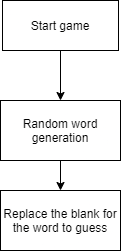
kabilasudhannc/kabilasudhannc keeps this draw.io diagram as hangman.png. Above is the earlier version. Source tidied: cells renumbered, new cells last; positions are measured from the earlier drawing's top-left corner, leaving out a move shared by most shapes.
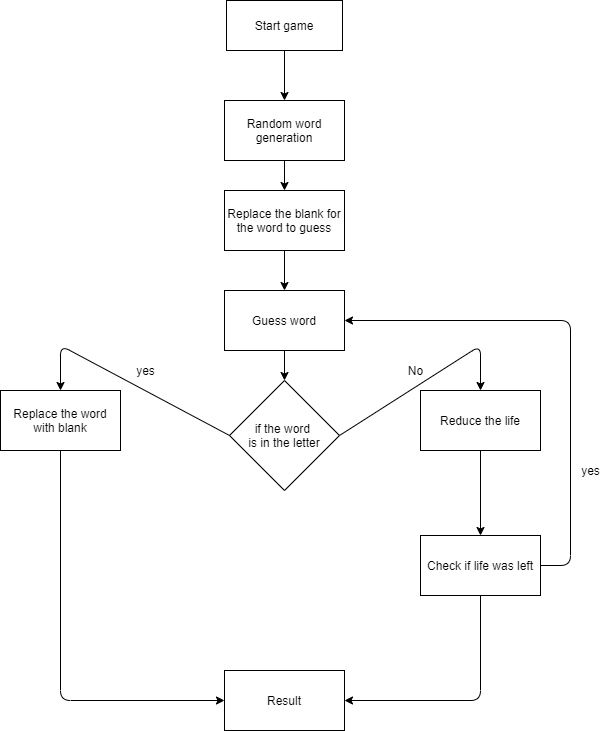
Above is the later version.

Diff of the diagram source:
```diff
@@ -17,5 +17,77 @@
     <mxCell id="6" style="endArrow=classic;html=1;exitX=0.5;exitY=1;exitDx=0;exitDy=0;entryX=0.5;entryY=0;entryDx=0;entryDy=0;" parent="1" edge="1" source="3" target="5">
       <mxGeometry relative="1" as="geometry" />
     </mxCell>
+    <mxCell id="7" style="endArrow=classic;html=1;exitX=0.5;exitY=1;exitDx=0;exitDy=0;" parent="1" edge="1" source="5" target="17">
+      <mxGeometry relative="1" as="geometry" />
+    </mxCell>
+    <mxCell id="8" value="if the word &lt;br&gt;is in the letter" style="rhombus;whiteSpace=wrap;html=1;" parent="1" vertex="1">
+      <mxGeometry x="5" y="380" width="110" height="110" as="geometry" />
+    </mxCell>
+    <mxCell id="9" value="Replace the word with blank" style="rounded=0;whiteSpace=wrap;html=1;" parent="1" vertex="1">
+      <mxGeometry x="-224" y="390" width="120" height="60" as="geometry" />
+    </mxCell>
+    <mxCell id="10" style="endArrow=classic;html=1;entryX=0.5;entryY=0;entryDx=0;entryDy=0;exitX=0;exitY=0.5;exitDx=0;exitDy=0;" parent="1" edge="1" source="8" target="9">
+      <mxGeometry relative="1" as="geometry">
+        <Array as="points">
+          <mxPoint x="-164" y="345" />
+        </Array>
+      </mxGeometry>
+    </mxCell>
+    <mxCell id="11" value="Reduce the life" style="rounded=0;whiteSpace=wrap;html=1;" parent="1" vertex="1">
+      <mxGeometry x="196" y="390" width="120" height="60" as="geometry" />
+    </mxCell>
+    <mxCell id="12" style="endArrow=classic;html=1;entryX=0.5;entryY=0;entryDx=0;entryDy=0;exitX=1;exitY=0.5;exitDx=0;exitDy=0;" parent="1" edge="1" source="8" target="11">
+      <mxGeometry relative="1" as="geometry">
+        <Array as="points">
+          <mxPoint x="256" y="345" />
+        </Array>
+      </mxGeometry>
+    </mxCell>
+    <mxCell id="13" value="Check if life was left" style="rounded=0;whiteSpace=wrap;html=1;" parent="1" vertex="1">
+      <mxGeometry x="196" y="535" width="120" height="60" as="geometry" />
+    </mxCell>
+    <mxCell id="14" value="yes" style="text;html=1;align=center;verticalAlign=middle;strokeColor=none;" parent="1" vertex="1">
+      <mxGeometry x="-94" y="360" width="30" height="20" as="geometry" />
+    </mxCell>
+    <mxCell id="15" value="No" style="text;html=1;align=center;verticalAlign=middle;strokeColor=none;" parent="1" vertex="1">
+      <mxGeometry x="176" y="360" width="30" height="20" as="geometry" />
+    </mxCell>
+    <mxCell id="16" style="endArrow=classic;html=1;exitX=0.5;exitY=1;exitDx=0;exitDy=0;entryX=0.5;entryY=0;entryDx=0;entryDy=0;" parent="1" edge="1" source="11" target="13">
+      <mxGeometry relative="1" as="geometry" />
+    </mxCell>
+    <mxCell id="17" value="Guess word" style="rounded=0;whiteSpace=wrap;html=1;" parent="1" vertex="1">
+      <mxGeometry y="290" width="120" height="60" as="geometry" />
+    </mxCell>
+    <mxCell id="18" style="endArrow=classic;html=1;entryX=0.5;entryY=0;entryDx=0;entryDy=0;exitX=0.5;exitY=1;exitDx=0;exitDy=0;" parent="1" edge="1" source="17" target="8">
+      <mxGeometry relative="1" as="geometry" />
+    </mxCell>
+    <mxCell id="19" style="endArrow=classic;html=1;exitX=1;exitY=0.5;exitDx=0;exitDy=0;entryX=1;entryY=0.5;entryDx=0;entryDy=0;" parent="1" edge="1" source="13" target="17">
+      <mxGeometry relative="1" as="geometry">
+        <Array as="points">
+          <mxPoint x="346" y="565" />
+          <mxPoint x="346" y="320" />
+        </Array>
+      </mxGeometry>
+    </mxCell>
+    <mxCell id="20" value="yes" style="text;html=1;align=center;verticalAlign=middle;strokeColor=none;" parent="1" vertex="1">
+      <mxGeometry x="351" y="460" width="30" height="20" as="geometry" />
+    </mxCell>
+    <mxCell id="21" value="Result" style="rounded=0;whiteSpace=wrap;html=1;" parent="1" vertex="1">
+      <mxGeometry y="670" width="120" height="60" as="geometry" />
+    </mxCell>
+    <mxCell id="22" style="endArrow=classic;html=1;exitX=0.5;exitY=1;exitDx=0;exitDy=0;entryX=1;entryY=0.5;entryDx=0;entryDy=0;" parent="1" edge="1" source="13" target="21">
+      <mxGeometry relative="1" as="geometry">
+        <Array as="points">
+          <mxPoint x="256" y="700" />
+        </Array>
+      </mxGeometry>
+    </mxCell>
+    <mxCell id="23" style="endArrow=classic;html=1;exitX=0.5;exitY=1;exitDx=0;exitDy=0;entryX=0;entryY=0.5;entryDx=0;entryDy=0;" parent="1" edge="1" source="9" target="21">
+      <mxGeometry relative="1" as="geometry">
+        <Array as="points">
+          <mxPoint x="-164" y="700" />
+        </Array>
+      </mxGeometry>
+    </mxCell>
   </root>
 </mxGraphModel>
```
